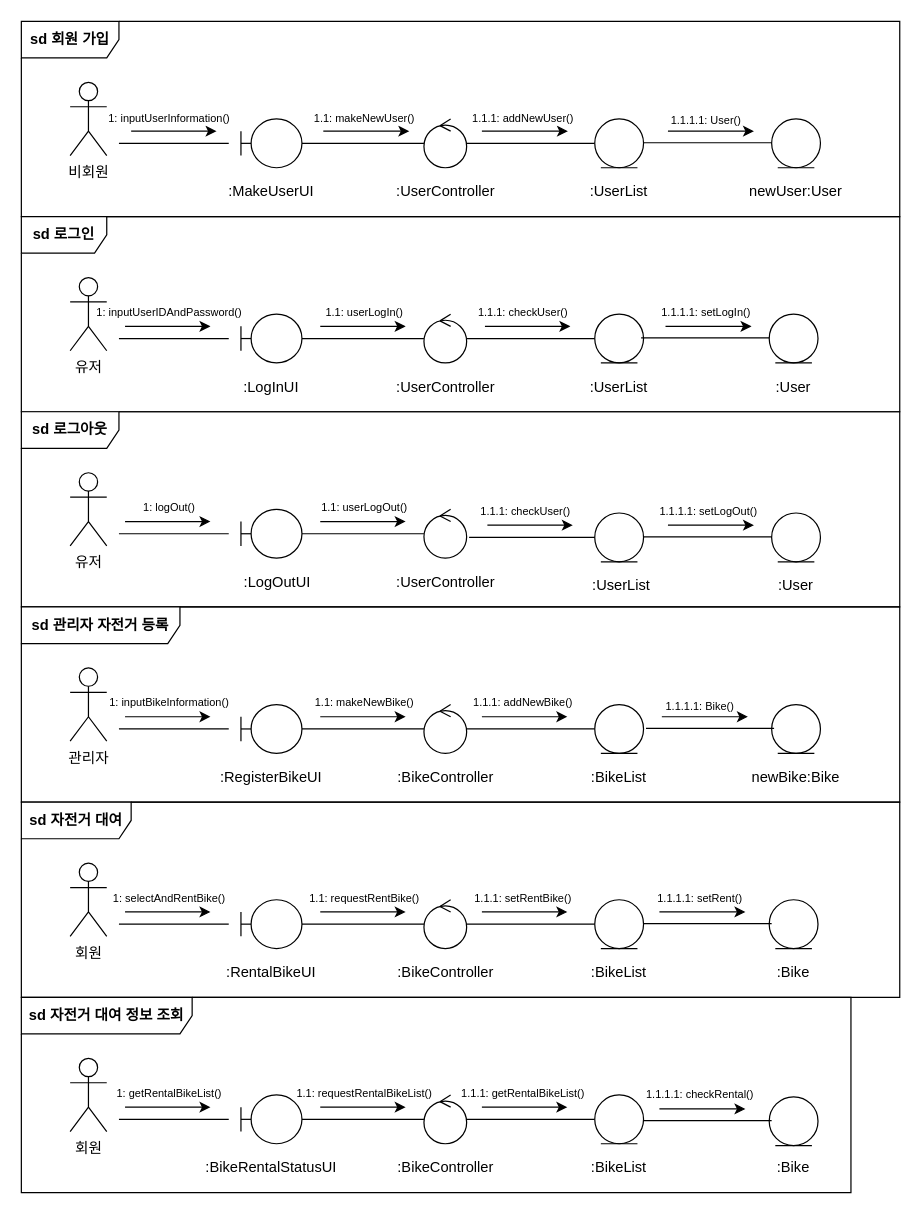
Earlier version of the draw.io diagram Communication_Diagram.drawio (brian70304/SE_Project2). Source tidied: cells renumbered, new cells numbered last; positions are measured from the earlier drawing's top-left corner, leaving out a move shared by most shapes. Both pictures are drawn from the tidied source at 122%, with x=0, y=0 at pixel (21, 21).
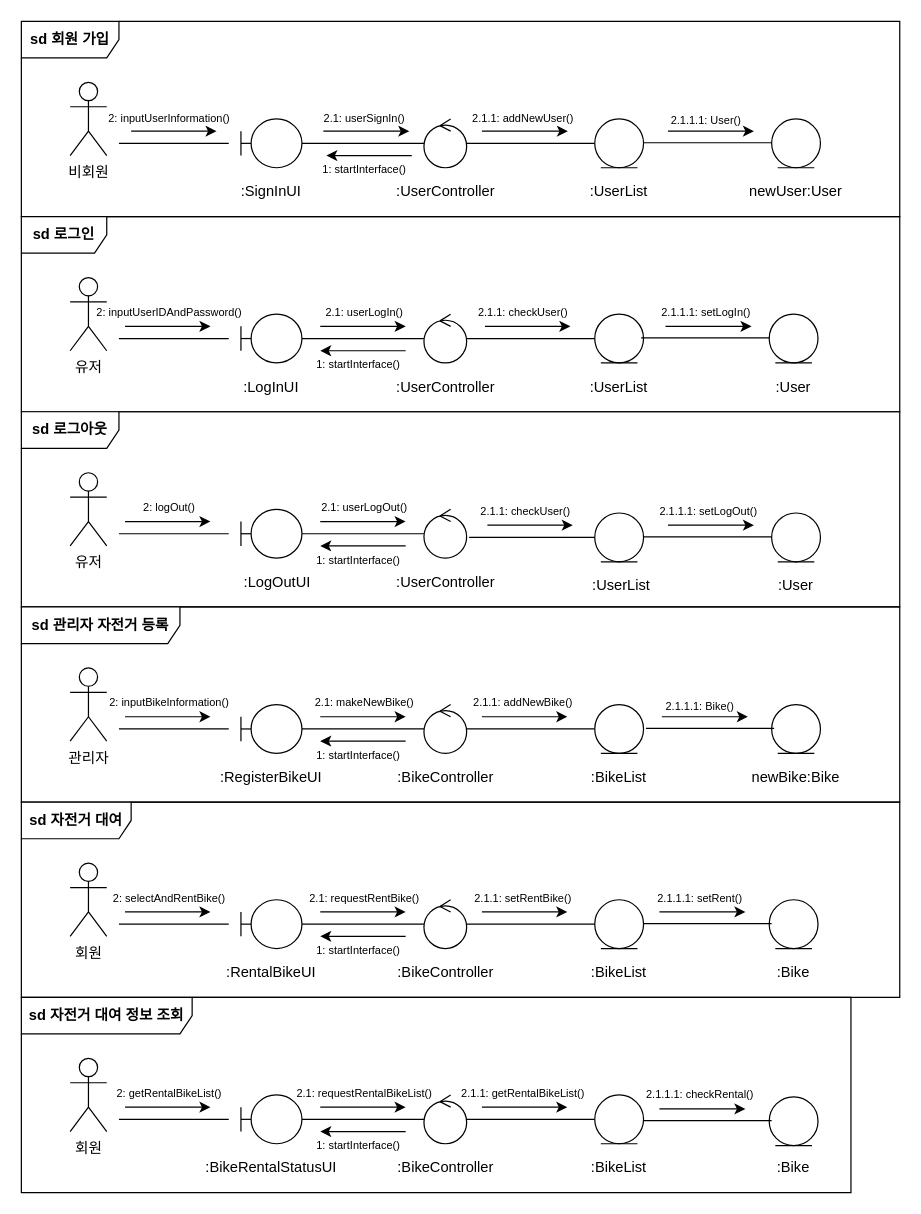
Above is the later version.

The edit, as a diff of the source:
```diff
@@
-    <mxCell id="8" value=":MakeUserUI" style="text;html=1;align=center;verticalAlign=middle;whiteSpace=wrap;rounded=0;" parent="1" vertex="1">
+    <mxCell id="8" value=":SignInUI" style="text;html=1;align=center;verticalAlign=middle;whiteSpace=wrap;rounded=0;" parent="1" vertex="1">
       <mxGeometry x="175" y="130" width="60" height="20" as="geometry" />
     </mxCell>
@@
-    <mxCell id="13" value="&lt;font style=&quot;font-size: 9px;&quot;&gt;1: inputUserInformation()&lt;/font&gt;" style="edgeLabel;html=1;align=center;verticalAlign=middle;" parent="1" vertex="1">
+    <mxCell id="13" value="&lt;font style=&quot;font-size: 9px;&quot;&gt;2: inputUserInformation()&lt;/font&gt;" style="edgeLabel;html=1;align=center;verticalAlign=middle;" parent="1" vertex="1">
       <mxGeometry x="120" y="78" as="geometry" />
     </mxCell>
@@
-    <mxCell id="15" value="&lt;font style=&quot;font-size: 9px;&quot;&gt;1.1: makeNewUser()&lt;/font&gt;" style="edgeLabel;html=1;align=center;verticalAlign=middle;" parent="1" vertex="1">
+    <mxCell id="15" value="&lt;font style=&quot;font-size: 9px;&quot;&gt;2.1: userSignIn()&lt;/font&gt;" style="edgeLabel;html=1;align=center;verticalAlign=middle;" parent="1" vertex="1">
       <mxGeometry x="280" y="78" as="geometry" />
     </mxCell>
@@
-    <mxCell id="17" value="&lt;font style=&quot;font-size: 9px;&quot;&gt;1.1.1: addNewUser()&lt;/font&gt;" style="edgeLabel;html=1;align=center;verticalAlign=middle;" parent="1" vertex="1">
+    <mxCell id="17" value="&lt;font style=&quot;font-size: 9px;&quot;&gt;2.1.1: addNewUser()&lt;/font&gt;" style="edgeLabel;html=1;align=center;verticalAlign=middle;" parent="1" vertex="1">
       <mxGeometry x="410" y="78" as="geometry" />
     </mxCell>
@@
-    <mxCell id="30" value="&lt;font style=&quot;font-size: 9px;&quot;&gt;1: inputUserIDAndPassword()&lt;/font&gt;" style="edgeLabel;html=1;align=center;verticalAlign=middle;" parent="1" vertex="1">
+    <mxCell id="30" value="&lt;font style=&quot;font-size: 9px;&quot;&gt;2: inputUserIDAndPassword()&lt;/font&gt;" style="edgeLabel;html=1;align=center;verticalAlign=middle;" parent="1" vertex="1">
       <mxGeometry x="120" y="237" as="geometry" />
     </mxCell>
@@
-    <mxCell id="32" value="&lt;font style=&quot;font-size: 9px;&quot;&gt;1.1: userLogIn()&lt;/font&gt;" style="edgeLabel;html=1;align=center;verticalAlign=middle;" parent="1" vertex="1">
+    <mxCell id="32" value="&lt;font style=&quot;font-size: 9px;&quot;&gt;2.1: userLogIn()&lt;/font&gt;" style="edgeLabel;html=1;align=center;verticalAlign=middle;" parent="1" vertex="1">
       <mxGeometry x="280" y="237" as="geometry" />
     </mxCell>
@@
-    <mxCell id="34" value="&lt;font style=&quot;font-size: 9px;&quot;&gt;1.1.1: checkUser()&lt;/font&gt;" style="edgeLabel;html=1;align=center;verticalAlign=middle;" parent="1" vertex="1">
+    <mxCell id="34" value="&lt;font style=&quot;font-size: 9px;&quot;&gt;2.1.1: checkUser()&lt;/font&gt;" style="edgeLabel;html=1;align=center;verticalAlign=middle;" parent="1" vertex="1">
       <mxGeometry x="410" y="237" as="geometry" />
     </mxCell>
@@
-    <mxCell id="42" value="&lt;font style=&quot;font-size: 9px;&quot;&gt;1: logOut()&lt;/font&gt;" style="edgeLabel;html=1;align=center;verticalAlign=middle;" parent="1" vertex="1">
+    <mxCell id="42" value="&lt;font style=&quot;font-size: 9px;&quot;&gt;2: logOut()&lt;/font&gt;" style="edgeLabel;html=1;align=center;verticalAlign=middle;" parent="1" vertex="1">
       <mxGeometry x="120" y="397" as="geometry" />
     </mxCell>
@@
-    <mxCell id="44" value="&lt;font style=&quot;font-size: 9px;&quot;&gt;1.1: userLogOut()&lt;/font&gt;" style="edgeLabel;html=1;align=center;verticalAlign=middle;" parent="1" vertex="1">
+    <mxCell id="44" value="&lt;font style=&quot;font-size: 9px;&quot;&gt;2.1: userLogOut()&lt;/font&gt;" style="edgeLabel;html=1;align=center;verticalAlign=middle;" parent="1" vertex="1">
       <mxGeometry x="280" y="397" as="geometry" />
     </mxCell>
@@
-    <mxCell id="58" value="&lt;font style=&quot;font-size: 9px;&quot;&gt;1: inputBikeInformation()&lt;/font&gt;" style="edgeLabel;html=1;align=center;verticalAlign=middle;" parent="1" vertex="1">
+    <mxCell id="58" value="&lt;font style=&quot;font-size: 9px;&quot;&gt;2: inputBikeInformation()&lt;/font&gt;" style="edgeLabel;html=1;align=center;verticalAlign=middle;" parent="1" vertex="1">
       <mxGeometry x="120" y="557" as="geometry" />
     </mxCell>
@@
-    <mxCell id="60" value="&lt;font style=&quot;font-size: 9px;&quot;&gt;1.1: makeNewBike()&lt;/font&gt;" style="edgeLabel;html=1;align=center;verticalAlign=middle;" parent="1" vertex="1">
+    <mxCell id="60" value="&lt;font style=&quot;font-size: 9px;&quot;&gt;2.1: makeNewBike()&lt;/font&gt;" style="edgeLabel;html=1;align=center;verticalAlign=middle;" parent="1" vertex="1">
       <mxGeometry x="280" y="557" as="geometry" />
     </mxCell>
@@
-    <mxCell id="62" value="&lt;font style=&quot;font-size: 9px;&quot;&gt;1.1.1: addNewBike()&lt;/font&gt;" style="edgeLabel;html=1;align=center;verticalAlign=middle;" parent="1" vertex="1">
+    <mxCell id="62" value="&lt;font style=&quot;font-size: 9px;&quot;&gt;2.1.1: addNewBike()&lt;/font&gt;" style="edgeLabel;html=1;align=center;verticalAlign=middle;" parent="1" vertex="1">
       <mxGeometry x="410" y="557" as="geometry" />
     </mxCell>
@@
-    <mxCell id="75" value="&lt;font style=&quot;font-size: 9px;&quot;&gt;1: selectAndRentBike()&lt;/font&gt;" style="edgeLabel;html=1;align=center;verticalAlign=middle;" parent="1" vertex="1">
+    <mxCell id="75" value="&lt;font style=&quot;font-size: 9px;&quot;&gt;2: selectAndRentBike()&lt;/font&gt;" style="edgeLabel;html=1;align=center;verticalAlign=middle;" parent="1" vertex="1">
       <mxGeometry x="120" y="717" as="geometry" />
     </mxCell>
@@
-    <mxCell id="77" value="&lt;font style=&quot;font-size: 9px;&quot;&gt;1.1: requestRentBike()&lt;/font&gt;" style="edgeLabel;html=1;align=center;verticalAlign=middle;" parent="1" vertex="1">
+    <mxCell id="77" value="&lt;font style=&quot;font-size: 9px;&quot;&gt;2.1: requestRentBike()&lt;/font&gt;" style="edgeLabel;html=1;align=center;verticalAlign=middle;" parent="1" vertex="1">
       <mxGeometry x="280" y="717" as="geometry" />
     </mxCell>
@@
-    <mxCell id="79" value="&lt;font style=&quot;font-size: 9px;&quot;&gt;1.1.1: setRentBike()&lt;/font&gt;" style="edgeLabel;html=1;align=center;verticalAlign=middle;" parent="1" vertex="1">
+    <mxCell id="79" value="&lt;font style=&quot;font-size: 9px;&quot;&gt;2.1.1: setRentBike()&lt;/font&gt;" style="edgeLabel;html=1;align=center;verticalAlign=middle;" parent="1" vertex="1">
       <mxGeometry x="410" y="717" as="geometry" />
     </mxCell>
@@
-    <mxCell id="92" value="&lt;font style=&quot;font-size: 9px;&quot;&gt;1: getRentalBikeList()&lt;/font&gt;" style="edgeLabel;html=1;align=center;verticalAlign=middle;" parent="1" vertex="1">
+    <mxCell id="92" value="&lt;font style=&quot;font-size: 9px;&quot;&gt;2: getRentalBikeList()&lt;/font&gt;" style="edgeLabel;html=1;align=center;verticalAlign=middle;" parent="1" vertex="1">
       <mxGeometry x="120" y="877" as="geometry" />
     </mxCell>
@@
-    <mxCell id="94" value="&lt;font style=&quot;font-size: 9px;&quot;&gt;1.1: requestRentalBikeList()&lt;/font&gt;" style="edgeLabel;html=1;align=center;verticalAlign=middle;" parent="1" vertex="1">
+    <mxCell id="94" value="&lt;font style=&quot;font-size: 9px;&quot;&gt;2.1: requestRentalBikeList()&lt;/font&gt;" style="edgeLabel;html=1;align=center;verticalAlign=middle;" parent="1" vertex="1">
       <mxGeometry x="280" y="877" as="geometry" />
     </mxCell>
@@
-    <mxCell id="96" value="&lt;font style=&quot;font-size: 9px;&quot;&gt;1.1.1: getRentalBikeList()&lt;/font&gt;" style="edgeLabel;html=1;align=center;verticalAlign=middle;" parent="1" vertex="1">
+    <mxCell id="96" value="&lt;font style=&quot;font-size: 9px;&quot;&gt;2.1.1: getRentalBikeList()&lt;/font&gt;" style="edgeLabel;html=1;align=center;verticalAlign=middle;" parent="1" vertex="1">
       <mxGeometry x="410" y="877" as="geometry" />
     </mxCell>
@@
-    <mxCell id="103" value="&lt;font style=&quot;font-size: 9px;&quot;&gt;1.1.1.1: User()&lt;/font&gt;" style="edgeLabel;html=1;align=center;verticalAlign=middle;" parent="1" vertex="1">
+    <mxCell id="103" value="&lt;font style=&quot;font-size: 9px;&quot;&gt;2.1.1.1: User()&lt;/font&gt;" style="edgeLabel;html=1;align=center;verticalAlign=middle;" parent="1" vertex="1">
       <mxGeometry x="560" y="80" as="geometry" />
     </mxCell>
@@
-    <mxCell id="107" value="&lt;font style=&quot;font-size: 9px;&quot;&gt;1.1.1.1: Bike()&lt;/font&gt;" style="edgeLabel;html=1;align=center;verticalAlign=middle;" parent="1" vertex="1">
+    <mxCell id="107" value="&lt;font style=&quot;font-size: 9px;&quot;&gt;2.1.1.1: Bike()&lt;/font&gt;" style="edgeLabel;html=1;align=center;verticalAlign=middle;" parent="1" vertex="1">
       <mxGeometry x="555" y="560" as="geometry" />
     </mxCell>
@@
-    <mxCell id="112" value="&lt;font style=&quot;font-size: 9px;&quot;&gt;1.1.1.1: setRent()&lt;/font&gt;" style="edgeLabel;html=1;align=center;verticalAlign=middle;" parent="1" vertex="1">
+    <mxCell id="112" value="&lt;font style=&quot;font-size: 9px;&quot;&gt;2.1.1.1: setRent()&lt;/font&gt;" style="edgeLabel;html=1;align=center;verticalAlign=middle;" parent="1" vertex="1">
       <mxGeometry x="555" y="717" as="geometry" />
     </mxCell>
@@
-    <mxCell id="117" value="&lt;font style=&quot;font-size: 9px;&quot;&gt;1.1.1.1: checkRental()&lt;/font&gt;" style="edgeLabel;html=1;align=center;verticalAlign=middle;" parent="1" vertex="1">
+    <mxCell id="117" value="&lt;font style=&quot;font-size: 9px;&quot;&gt;2.1.1.1: checkRental()&lt;/font&gt;" style="edgeLabel;html=1;align=center;verticalAlign=middle;" parent="1" vertex="1">
       <mxGeometry x="555" y="878.5" as="geometry" />
     </mxCell>
@@
-    <mxCell id="122" value="&lt;font style=&quot;font-size: 9px;&quot;&gt;1.1.1.1: setLogIn()&lt;/font&gt;" style="edgeLabel;html=1;align=center;verticalAlign=middle;" parent="1" vertex="1">
+    <mxCell id="122" value="&lt;font style=&quot;font-size: 9px;&quot;&gt;2.1.1.1: setLogIn()&lt;/font&gt;" style="edgeLabel;html=1;align=center;verticalAlign=middle;" parent="1" vertex="1">
       <mxGeometry x="560" y="237" as="geometry" />
     </mxCell>
@@
-    <mxCell id="127" value="&lt;font style=&quot;font-size: 9px;&quot;&gt;1.1.1: checkUser()&lt;/font&gt;" style="edgeLabel;html=1;align=center;verticalAlign=middle;" parent="1" vertex="1">
+    <mxCell id="127" value="&lt;font style=&quot;font-size: 9px;&quot;&gt;2.1.1: checkUser()&lt;/font&gt;" style="edgeLabel;html=1;align=center;verticalAlign=middle;" parent="1" vertex="1">
       <mxGeometry x="412" y="400" as="geometry" />
     </mxCell>
@@
-    <mxCell id="130" value="&lt;font style=&quot;font-size: 9px;&quot;&gt;1.1.1.1: setLogOut()&lt;/font&gt;" style="edgeLabel;html=1;align=center;verticalAlign=middle;" parent="1" vertex="1">
+    <mxCell id="130" value="&lt;font style=&quot;font-size: 9px;&quot;&gt;2.1.1.1: setLogOut()&lt;/font&gt;" style="edgeLabel;html=1;align=center;verticalAlign=middle;" parent="1" vertex="1">
       <mxGeometry x="562" y="400" as="geometry" />
     </mxCell>
@@
+    <mxCell id="134" style="endArrow=classic;html=1;rounded=0;" parent="1" edge="1">
+      <mxGeometry relative="1" as="geometry">
+        <mxPoint x="320" y="110" as="sourcePoint" />
+        <mxPoint x="250" y="110" as="targetPoint" />
+      </mxGeometry>
+    </mxCell>
+    <mxCell id="135" value="&lt;font style=&quot;font-size: 9px;&quot;&gt;1: startInterface()&lt;/font&gt;" style="edgeLabel;html=1;align=center;verticalAlign=middle;" parent="1" vertex="1">
+      <mxGeometry x="280" y="120" as="geometry" />
+    </mxCell>
+    <mxCell id="136" style="endArrow=classic;html=1;rounded=0;" parent="1" edge="1">
+      <mxGeometry relative="1" as="geometry">
+        <mxPoint x="315" y="270" as="sourcePoint" />
+        <mxPoint x="245" y="270" as="targetPoint" />
+      </mxGeometry>
+    </mxCell>
+    <mxCell id="137" value="&lt;font style=&quot;font-size: 9px;&quot;&gt;1: startInterface()&lt;/font&gt;" style="edgeLabel;html=1;align=center;verticalAlign=middle;" parent="1" vertex="1">
+      <mxGeometry x="275" y="280" as="geometry" />
+    </mxCell>
+    <mxCell id="138" style="endArrow=classic;html=1;rounded=0;" parent="1" edge="1">
+      <mxGeometry relative="1" as="geometry">
+        <mxPoint x="315" y="430" as="sourcePoint" />
+        <mxPoint x="245" y="430" as="targetPoint" />
+      </mxGeometry>
+    </mxCell>
+    <mxCell id="139" value="&lt;font style=&quot;font-size: 9px;&quot;&gt;1: startInterface()&lt;/font&gt;" style="edgeLabel;html=1;align=center;verticalAlign=middle;" parent="1" vertex="1">
+      <mxGeometry x="275" y="440" as="geometry" />
+    </mxCell>
+    <mxCell id="140" style="endArrow=classic;html=1;rounded=0;" parent="1" edge="1">
+      <mxGeometry relative="1" as="geometry">
+        <mxPoint x="315" y="750" as="sourcePoint" />
+        <mxPoint x="245" y="750" as="targetPoint" />
+      </mxGeometry>
+    </mxCell>
+    <mxCell id="141" value="&lt;font style=&quot;font-size: 9px;&quot;&gt;1: startInterface()&lt;/font&gt;" style="edgeLabel;html=1;align=center;verticalAlign=middle;" parent="1" vertex="1">
+      <mxGeometry x="275" y="760" as="geometry" />
+    </mxCell>
+    <mxCell id="142" style="endArrow=classic;html=1;rounded=0;" parent="1" edge="1">
+      <mxGeometry relative="1" as="geometry">
+        <mxPoint x="315" y="590" as="sourcePoint" />
+        <mxPoint x="245" y="590" as="targetPoint" />
+      </mxGeometry>
+    </mxCell>
+    <mxCell id="143" value="&lt;font style=&quot;font-size: 9px;&quot;&gt;1: startInterface()&lt;/font&gt;" style="edgeLabel;html=1;align=center;verticalAlign=middle;" parent="1" vertex="1">
+      <mxGeometry x="275" y="600" as="geometry" />
+    </mxCell>
+    <mxCell id="144" style="endArrow=classic;html=1;rounded=0;" parent="1" edge="1">
+      <mxGeometry relative="1" as="geometry">
+        <mxPoint x="315" y="910" as="sourcePoint" />
+        <mxPoint x="245" y="910" as="targetPoint" />
+      </mxGeometry>
+    </mxCell>
+    <mxCell id="145" value="&lt;font style=&quot;font-size: 9px;&quot;&gt;1: startInterface()&lt;/font&gt;" style="edgeLabel;html=1;align=center;verticalAlign=middle;" parent="1" vertex="1">
+      <mxGeometry x="275" y="920" as="geometry" />
+    </mxCell>
```
